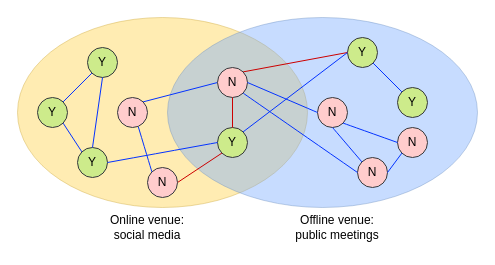
Earlier version of the draw.io diagram intervention.drawio (changgge/changgge). Source tidied: cells renumbered, new cells numbered last; positions are measured from the earlier drawing's top-left corner, leaving out a move shared by most shapes. Both pictures are drawn from the tidied source at 100%, with x=0, y=0 at pixel (17, 17).
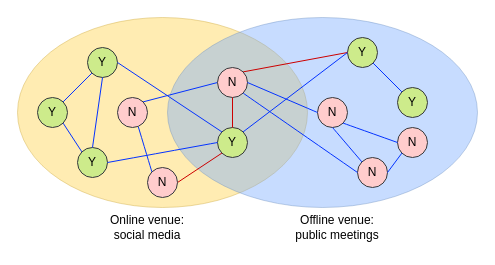
The same diagram, later.

Unchanged cells that the change refers to:
```xml
<mxCell id="5" value="Y" style="ellipse;whiteSpace=wrap;html=1;fillColor=#cdeb8b;strokeColor=#36393d;" parent="1" vertex="1">
  <mxGeometry x="70" y="30" width="30" height="30" as="geometry" />
</mxCell>
<mxCell id="11" value="Y" style="ellipse;whiteSpace=wrap;html=1;fillColor=#cdeb8b;strokeColor=#36393d;" parent="1" vertex="1">
  <mxGeometry x="200" y="110" width="30" height="30" as="geometry" />
</mxCell>
```

What changed in the source:
```diff
@@
+    <mxCell id="34" style="jettySize=auto;html=1;exitX=1;exitY=0.5;exitDx=0;exitDy=0;entryX=0;entryY=0;entryDx=0;entryDy=0;endArrow=none;endFill=0;strokeColor=#0433ff;" parent="1" edge="1" source="5" target="11">
+      <mxGeometry relative="1" as="geometry" />
+    </mxCell>
```
